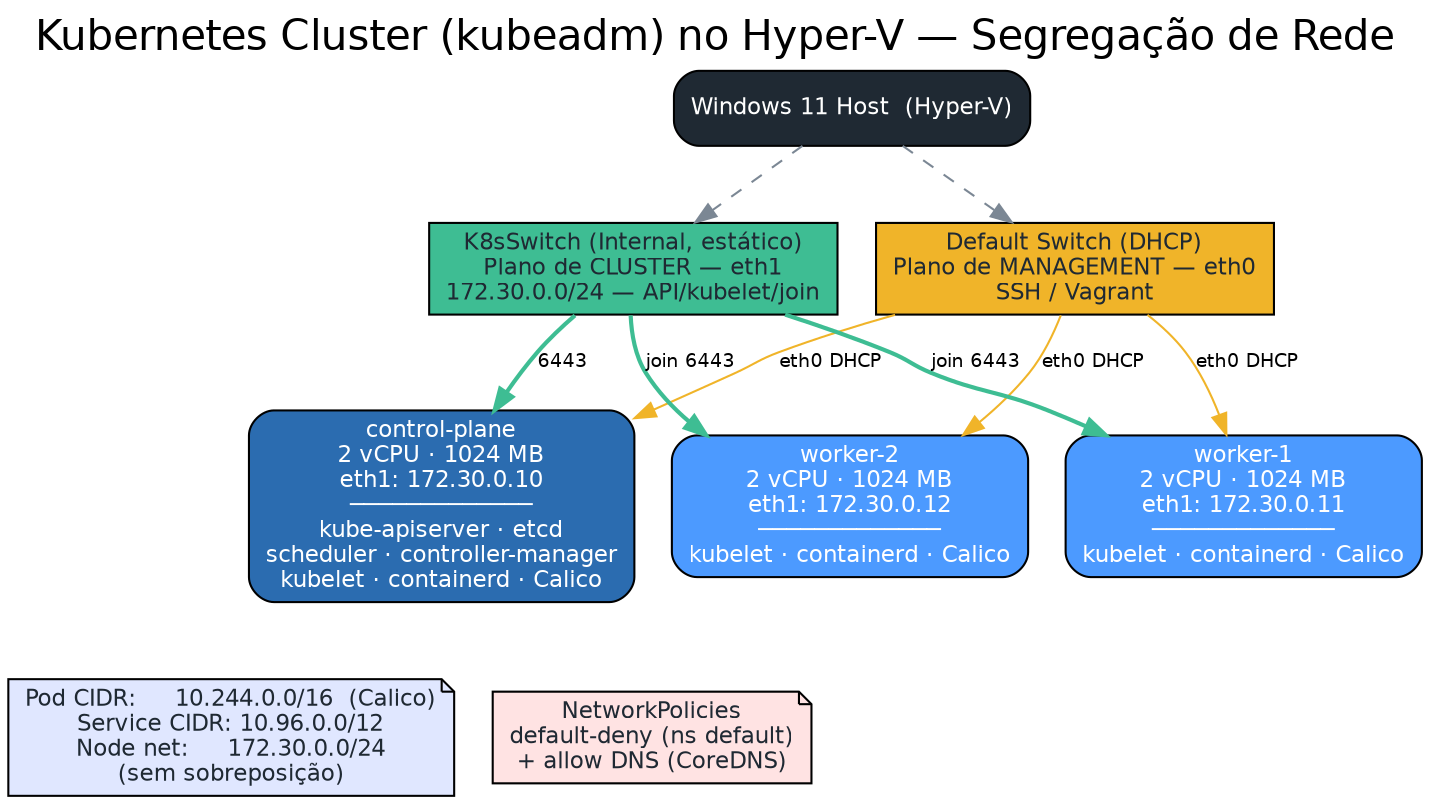
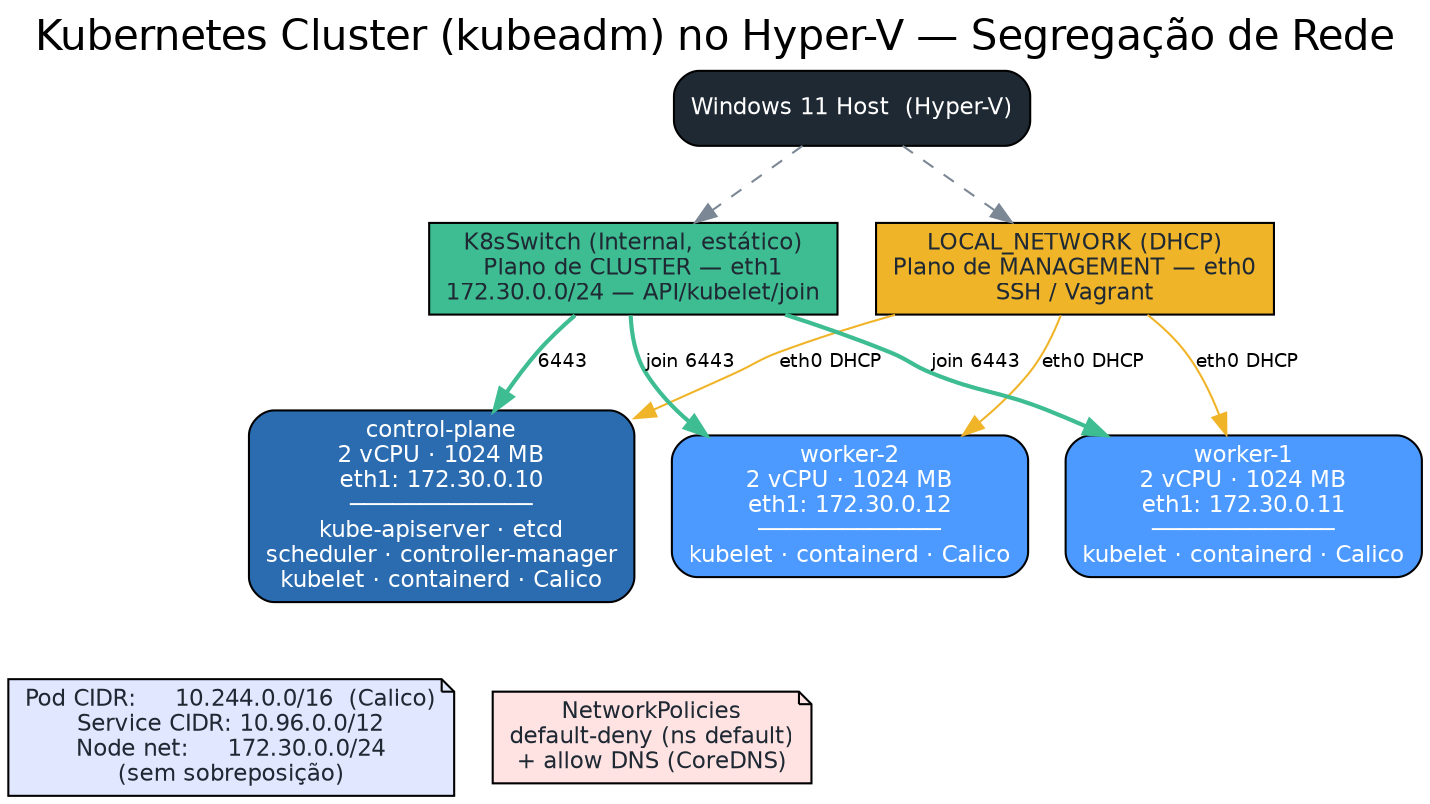
digraph k8s_topology {
  rankdir=TB;
  bgcolor="white";
  fontname="Helvetica";
  labelloc="t";
  fontsize=20;
  label="Kubernetes Cluster (kubeadm) no Hyper-V — Segregação de Rede";

  node [fontname="Helvetica", fontsize=11];
  edge [fontname="Helvetica", fontsize=9];

  // ---------- Host ----------
  host [shape=box, style="filled,rounded", fillcolor="#1f2933", fontcolor="white",
        label="Windows 11 Host  (Hyper-V)"];

  // ---------- Switches ----------
  mgmt_sw [shape=box, style="filled", fillcolor="#f0b429", fontcolor="#1f2933",
-            label="Default Switch (DHCP)\nPlano de MANAGEMENT — eth0\nSSH / Vagrant"];
+            label="LOCAL_NETWORK (DHCP)\nPlano de MANAGEMENT — eth0\nSSH / Vagrant"];
  clus_sw [shape=box, style="filled", fillcolor="#3ebd93", fontcolor="#1f2933",
           label="K8sSwitch (Internal, estático)\nPlano de CLUSTER — eth1\n172.30.0.0/24 — API/kubelet/join"];

  // ---------- Nodes ----------
  cp [shape=box, style="filled,rounded", fillcolor="#2b6cb0", fontcolor="white",
      label="control-plane\n2 vCPU · 1024 MB\neth1: 172.30.0.10\n─────────────\nkube-apiserver · etcd\nscheduler · controller-manager\nkubelet · containerd · Calico"];

  w1 [shape=box, style="filled,rounded", fillcolor="#4c9aff", fontcolor="white",
      label="worker-1\n2 vCPU · 1024 MB\neth1: 172.30.0.11\n─────────────\nkubelet · containerd · Calico"];

  w2 [shape=box, style="filled,rounded", fillcolor="#4c9aff", fontcolor="white",
      label="worker-2\n2 vCPU · 1024 MB\neth1: 172.30.0.12\n─────────────\nkubelet · containerd · Calico"];

  // ---------- CIDRs ----------
  cidrs [shape=note, style="filled", fillcolor="#e0e7ff", fontcolor="#1f2933",
         label="Pod CIDR:     10.244.0.0/16  (Calico)\nService CIDR: 10.96.0.0/12\nNode net:     172.30.0.0/24\n(sem sobreposição)"];

  npol [shape=note, style="filled", fillcolor="#ffe3e3", fontcolor="#1f2933",
        label="NetworkPolicies\ndefault-deny (ns default)\n+ allow DNS (CoreDNS)"];

  // ---------- Edges ----------
  host -> mgmt_sw [style=dashed, color="#7b8794"];
  host -> clus_sw [style=dashed, color="#7b8794"];

  mgmt_sw -> cp [label="eth0 DHCP", color="#f0b429"];
  mgmt_sw -> w1 [label="eth0 DHCP", color="#f0b429"];
  mgmt_sw -> w2 [label="eth0 DHCP", color="#f0b429"];

  clus_sw -> cp [label="6443", color="#3ebd93", penwidth=2];
  clus_sw -> w1 [label="join 6443", color="#3ebd93", penwidth=2];
  clus_sw -> w2 [label="join 6443", color="#3ebd93", penwidth=2];

  cp -> cidrs [style=invis];
  cp -> npol [style=invis];

  { rank=same; mgmt_sw; clus_sw; }
  { rank=same; w1; cp; w2; }
  { rank=same; cidrs; npol; }
}
